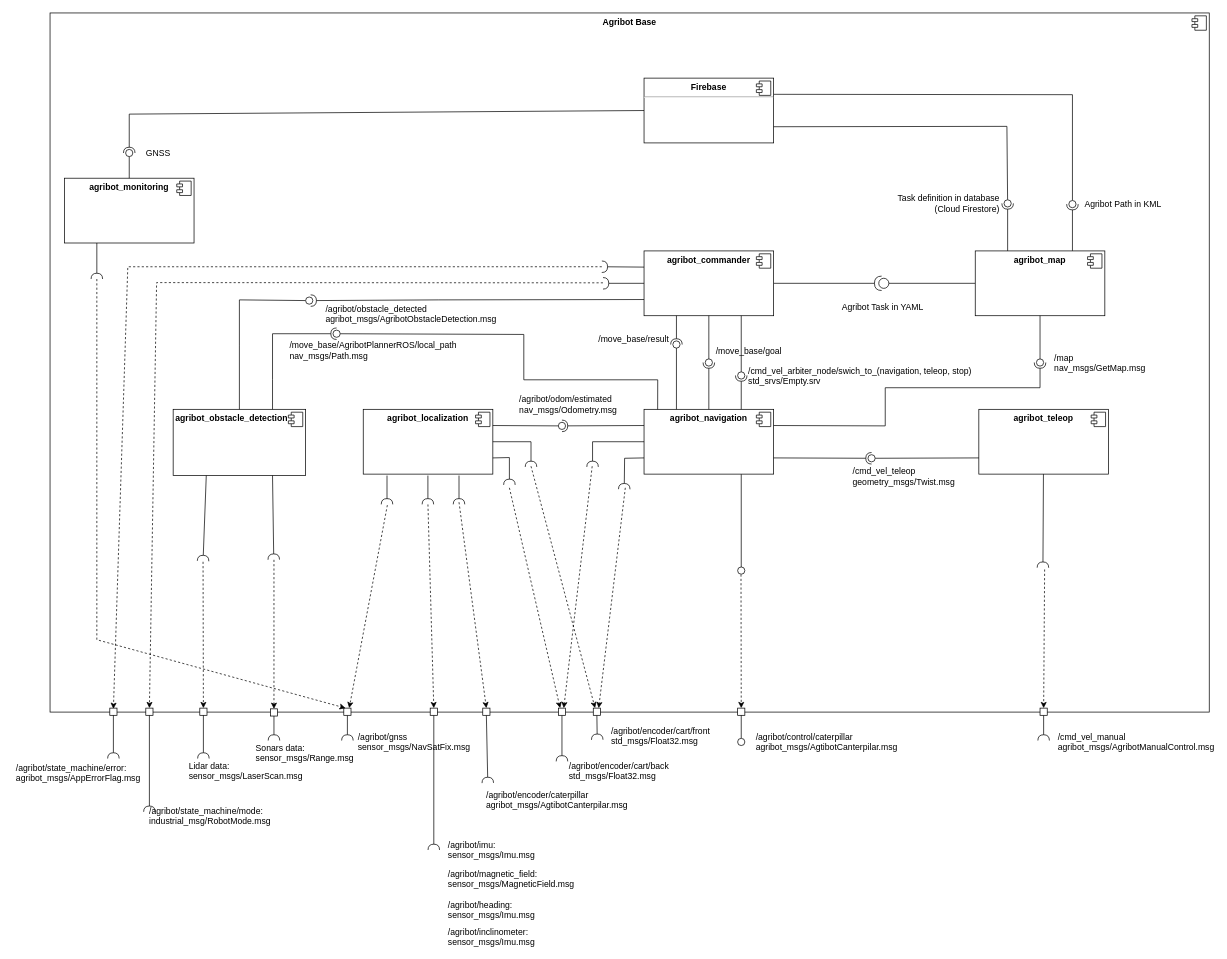
This is doc/architecture.drawio from agribot-2-0/agribot_base, a draw.io file, before an edit. Source tidied: cells renumbered, new cells numbered last; positions are measured from the earlier drawing's top-left corner, leaving out a move shared by most shapes. Both pictures are drawn from the tidied source at 72%, with x=0, y=0 at pixel (12, 12).
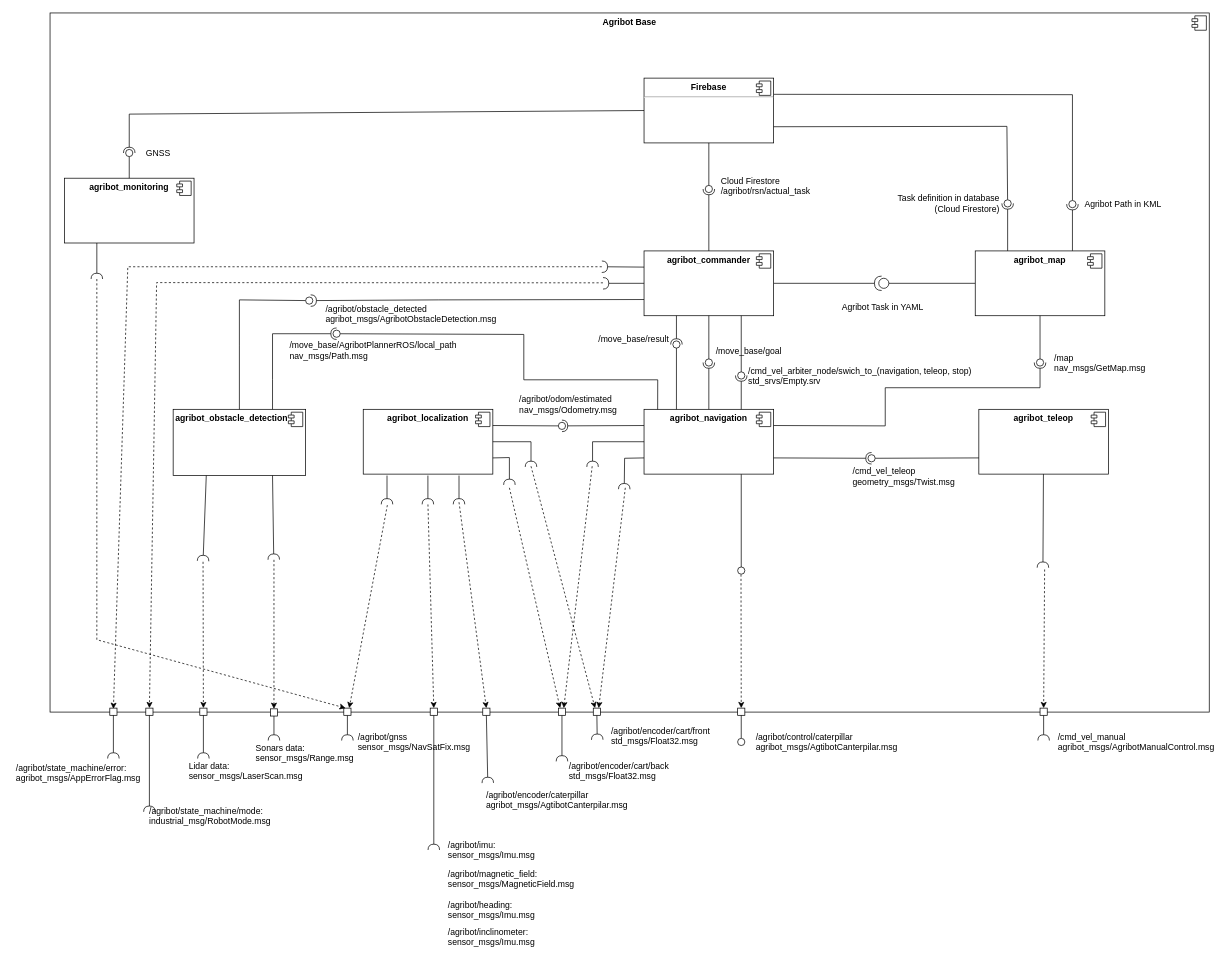
After the change.

The change refers to these unchanged cells:
```xml
<mxCell id="14" value="&lt;p style=&quot;margin: 0px ; margin-top: 6px ; text-align: center&quot;&gt;&lt;b&gt;Firebase&lt;/b&gt;&lt;/p&gt;&lt;hr&gt;&lt;p style=&quot;margin: 0px ; margin-left: 8px&quot;&gt;&lt;br&gt;&lt;/p&gt;" style="align=left;overflow=fill;html=1;" parent="1" vertex="1">
  <mxGeometry x="877" y="91" width="180" height="90" as="geometry" />
</mxCell>
<mxCell id="19" value="&lt;p style=&quot;margin: 0px ; margin-top: 6px ; text-align: center&quot;&gt;&lt;b&gt;agribot_commander&lt;/b&gt;&lt;/p&gt;" style="align=left;overflow=fill;html=1;" parent="1" vertex="1">
  <mxGeometry x="877" y="331" width="180" height="90" as="geometry" />
</mxCell>
```

The edit, as a diff of the source:
```diff
@@
+    <mxCell id="134" style="rounded=0;jettySize=auto;html=1;endArrow=none;endFill=0;exitX=0.5;exitY=1;exitDx=0;exitDy=0;" parent="1" edge="1" source="14" target="136">
+      <mxGeometry relative="1" as="geometry" />
+    </mxCell>
+    <mxCell id="135" style="rounded=0;jettySize=auto;html=1;endArrow=halfCircle;endFill=0;entryX=0.5;entryY=0.5;entryDx=0;entryDy=0;endSize=6;strokeWidth=1;exitX=0.5;exitY=0;exitDx=0;exitDy=0;" parent="1" edge="1" source="19" target="136">
+      <mxGeometry relative="1" as="geometry" />
+    </mxCell>
+    <mxCell id="136" style="ellipse;whiteSpace=wrap;html=1;fontFamily=Helvetica;fontSize=12;fontColor=#000000;align=center;strokeColor=#000000;fillColor=#ffffff;points=[];" parent="1" vertex="1">
+      <mxGeometry x="962" y="240" width="10" height="10" as="geometry" />
+    </mxCell>
+    <mxCell id="137" value="&lt;span&gt;Cloud Firestore&lt;br&gt;&lt;div&gt;&lt;span&gt;/agribot/rsn/actual_task&lt;/span&gt;&lt;/div&gt;&lt;/span&gt;" style="text;html=1;align=left;verticalAlign=middle;" parent="1" vertex="1">
+      <mxGeometry x="982" y="226" width="140" height="30" as="geometry" />
+    </mxCell>
```
